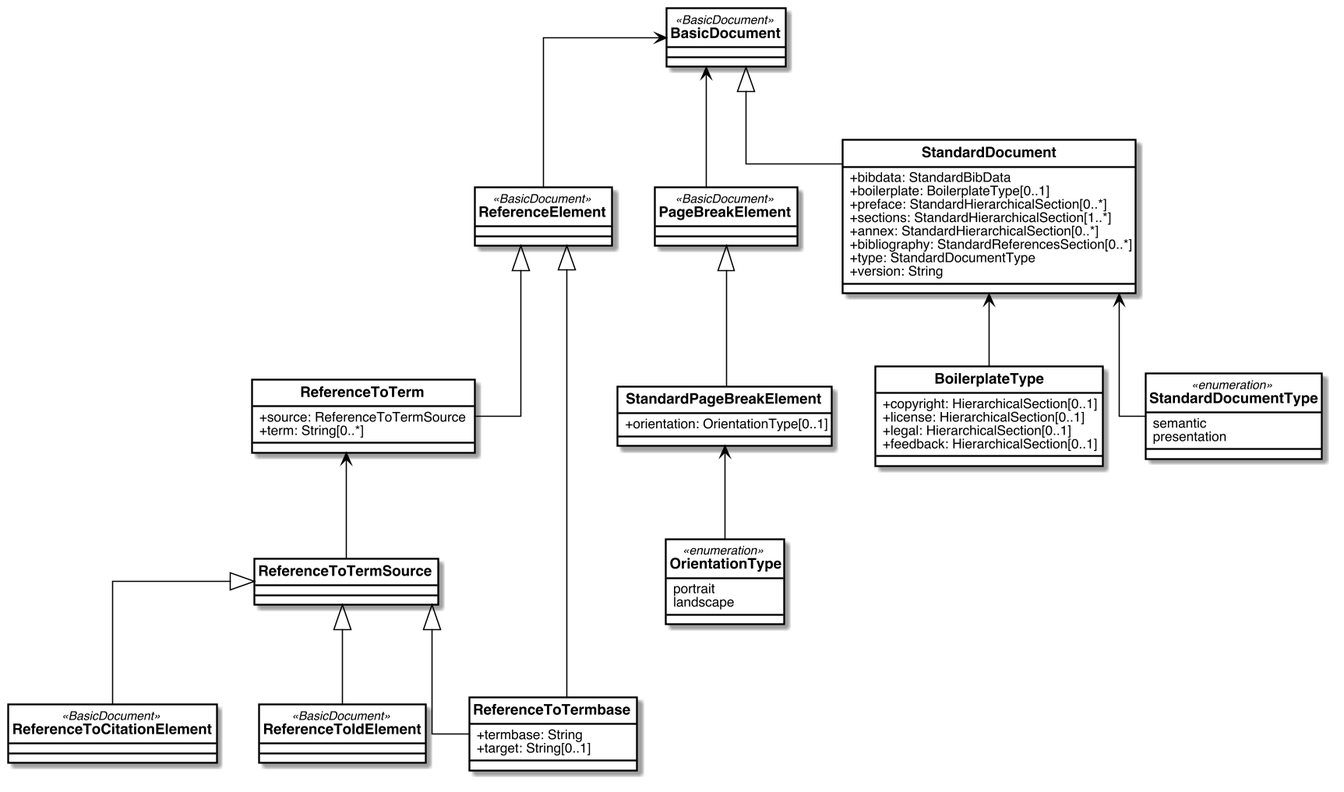
Before: standoc/images/StandardDoc_StandardDocument.png, a diagram exported from PlantUML (metanorma/standoc-models).
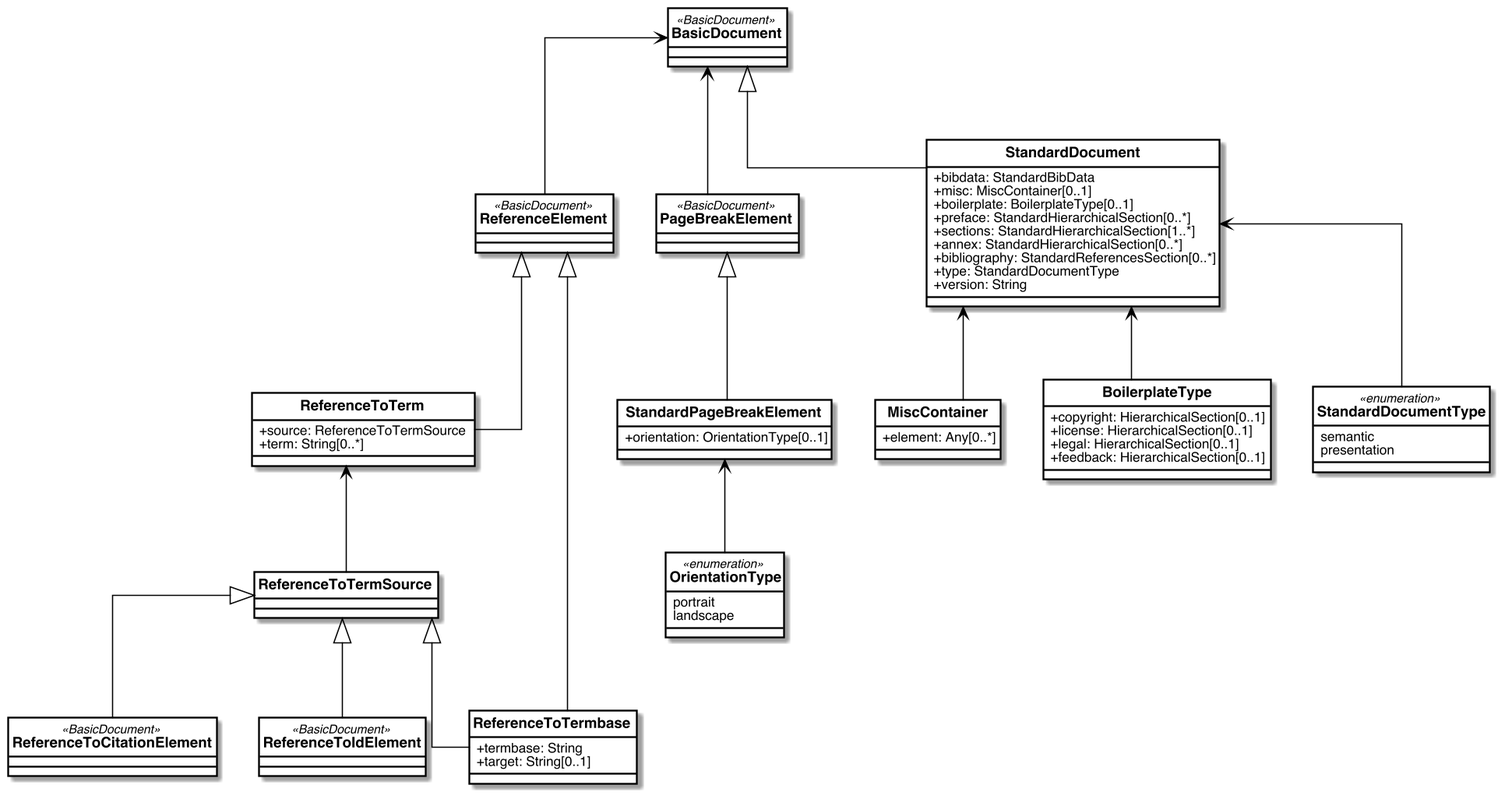
The same file after the commit.

Commit message:
misc-container: https://github.com/metanorma/metanorma-bipm/issues/3

What changed in the source:
```diff
@@ -39,6 +39,7 @@
 
 class StandardDocument {
     +bibdata: StandardBibData
+    +misc: MiscContainer[0..1]
     +boilerplate: BoilerplateType[0..1]
     +preface: StandardHierarchicalSection[0..*]
     +sections: StandardHierarchicalSection[1..*]
@@ -46,6 +47,10 @@
     +bibliography: StandardReferencesSection[0..*]
     +type: StandardDocumentType
     +version: String
+}
+
+class MiscContainer {
+    +element: Any[0..*]
 }
 
 class BoilerplateType {
@@ -66,6 +71,7 @@
 BasicDocument <|-- StandardDocument
 StandardDocument <-- StandardDocumentType
 StandardDocument <-- BoilerplateType
+StandardDocument <-- MiscContainer
 BasicDocument <-- ReferenceElement
 BasicDocument <-- PageBreakElement
 PageBreakElement <|-- StandardPageBreakElement
```
